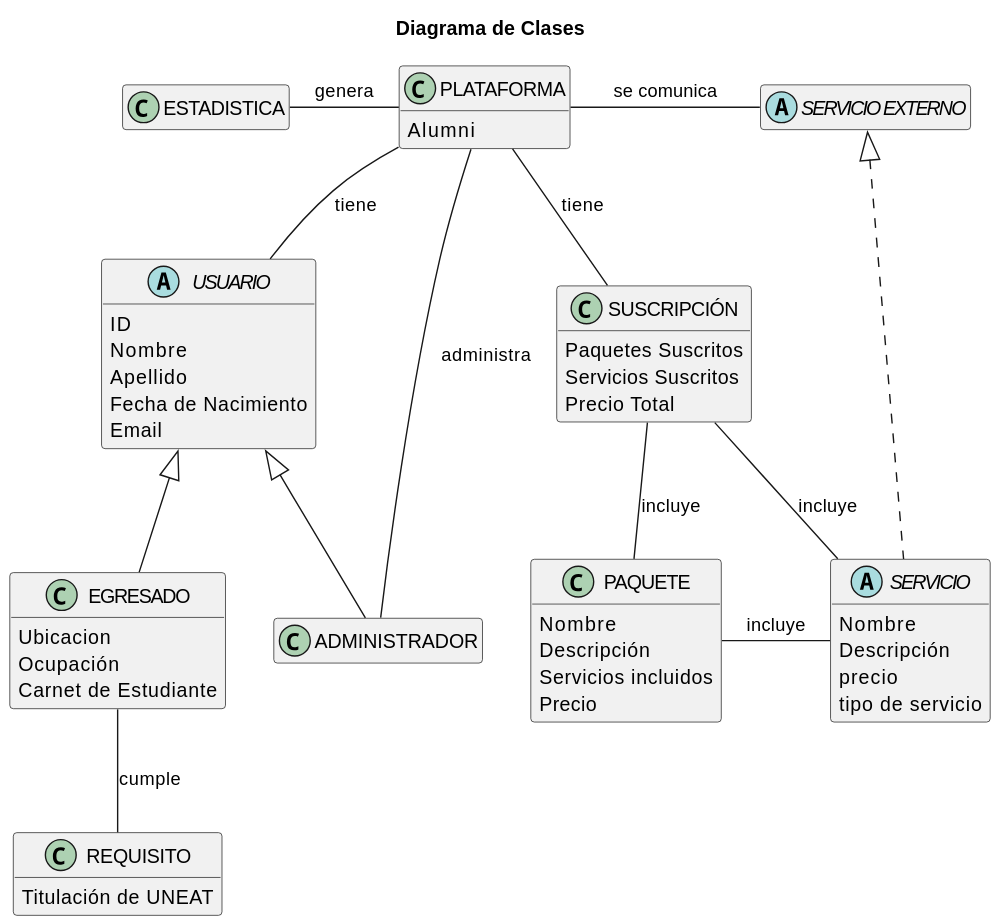
Before: Modelo_de_Dominio/Diagramas_de_Clases/Diagramas_Finales/Cuarta_Iteración/Diagrama_de_Clases/Diagrama_de_Clases.svg, a diagram exported from PlantUML (mmasias/23-24-IdSw1-SDR).
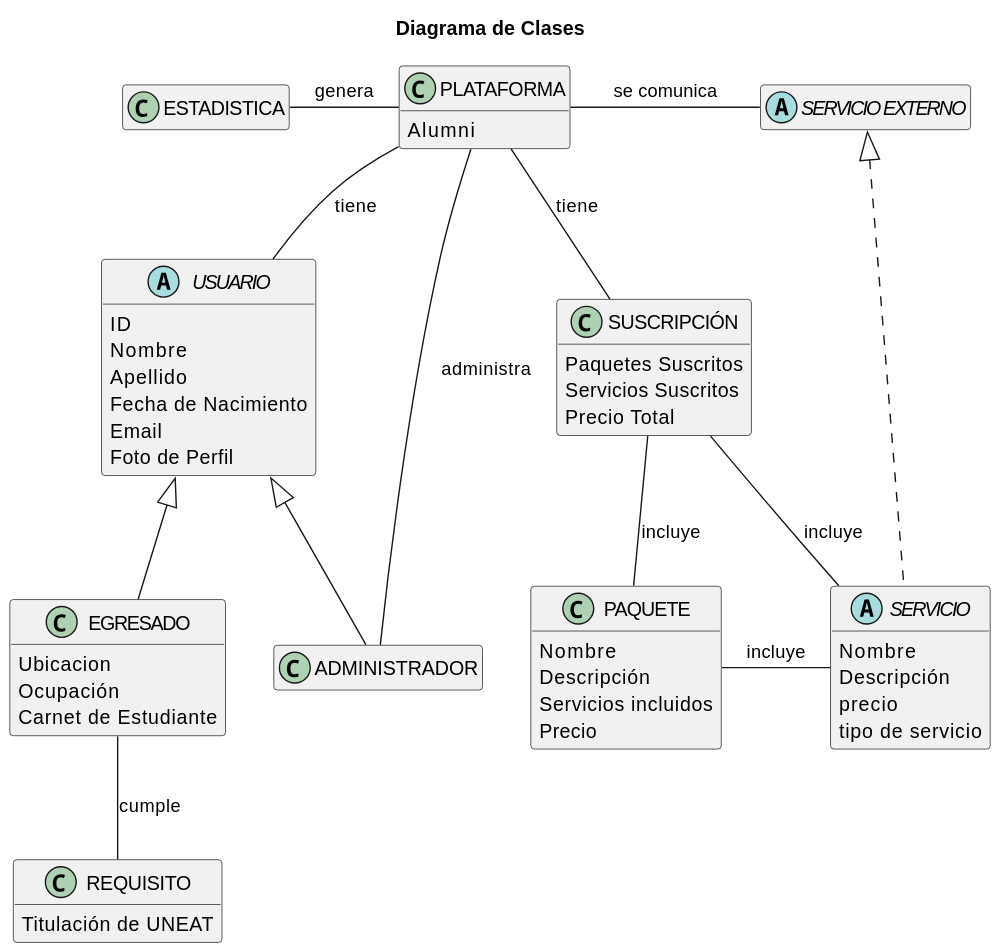
Later version of the same file.

Commit message:
Add 'Foto de Perfil' attribute to 'USUARIO' class

What changed in the source:
```diff
@@ -21,6 +21,7 @@
     Apellido
     Fecha de Nacimiento
     Email
+    Foto de Perfil
 }
 
 class EGRESADO
```
